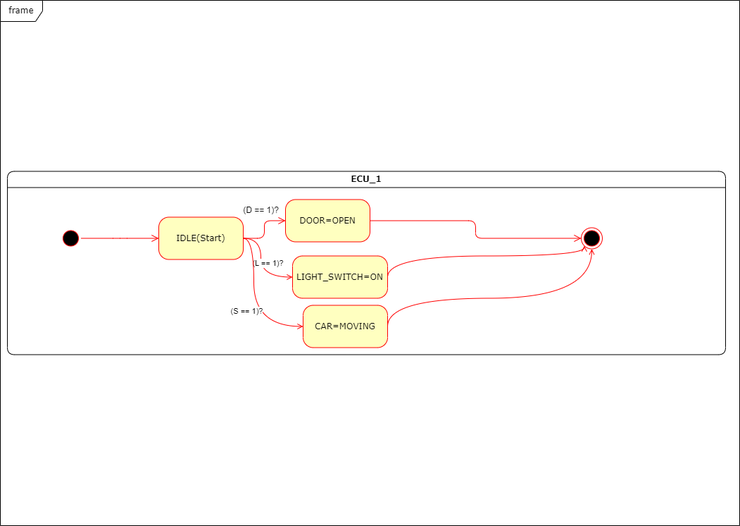
Earlier version of the draw.io export Embedded Systems Design Project/Screen_Shots/State machine (ECU_1).png (MohamedAshrafKhedr/Sprints_ARM_MC02-MA-). Source tidied: cells renumbered, new cells last; positions are measured from the earlier drawing's top-left corner, leaving out a move shared by most shapes.
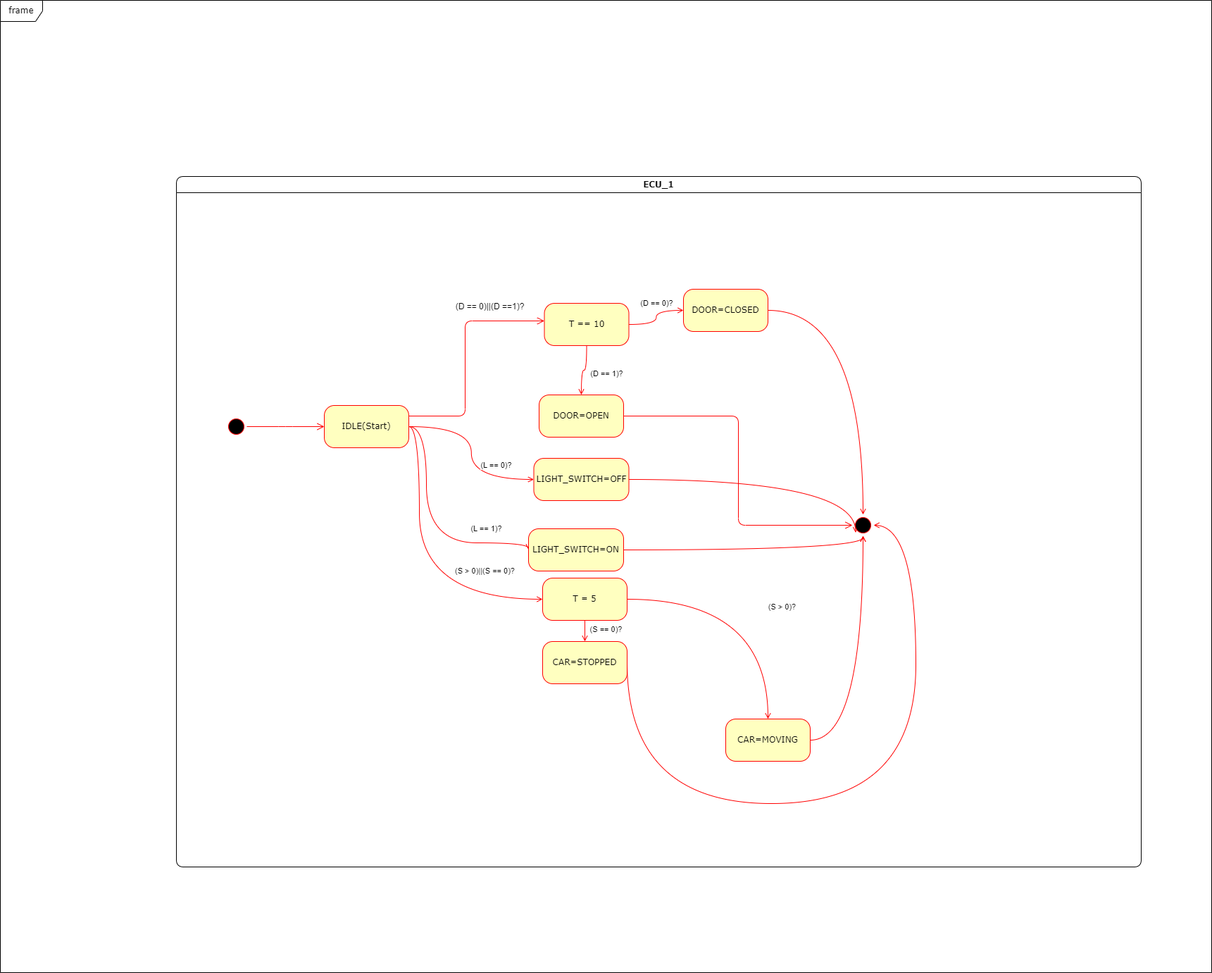
Later version of the same file.

Change to the diagram source:
```diff
@@ -2,78 +2,126 @@
   <root>
     <mxCell id="0" />
     <mxCell id="1" parent="0" />
-    <mxCell id="2" value="frame" style="shape=umlFrame;whiteSpace=wrap;html=1;rounded=1;shadow=0;comic=0;labelBackgroundColor=none;strokeWidth=1;fontFamily=Verdana;fontSize=12;align=center;" parent="1" vertex="1">
-      <mxGeometry width="1050" height="745" as="geometry" />
-    </mxCell>
-    <mxCell id="3" style="edgeStyle=orthogonalEdgeStyle;html=1;exitX=1;exitY=0.25;entryX=0.25;entryY=0;labelBackgroundColor=none;endArrow=open;endSize=8;strokeColor=#ff0000;fontFamily=Verdana;fontSize=12;align=left;" parent="1" edge="1" target="x">
-      <mxGeometry relative="1" as="geometry">
-        <mxPoint x="690" y="125" as="sourcePoint" />
-      </mxGeometry>
-    </mxCell>
     <mxCell id="4" value="ECU_1" style="swimlane;whiteSpace=wrap;html=1;rounded=1;shadow=0;comic=0;labelBackgroundColor=none;strokeWidth=1;fontFamily=Verdana;fontSize=12;align=center;" parent="1" vertex="1">
-      <mxGeometry x="10" y="242.5" width="1020" height="260" as="geometry" />
+      <mxGeometry x="10" y="242.5" width="1370" height="980" as="geometry" />
     </mxCell>
-    <mxCell id="5" style="edgeStyle=elbowEdgeStyle;html=1;labelBackgroundColor=none;endArrow=open;endSize=8;strokeColor=#ff0000;fontFamily=Verdana;fontSize=12;align=left;" parent="4" edge="1" source="8" target="12">
-      <mxGeometry relative="1" as="geometry" />
-    </mxCell>
-    <mxCell id="6" value="(L == 1)?" style="edgeStyle=orthogonalEdgeStyle;rounded=0;jettySize=auto;html=1;exitX=1;exitY=0.5;exitDx=0;exitDy=0;entryX=0;entryY=0.5;entryDx=0;entryDy=0;curved=1;fillColor=#e51400;strokeColor=#FF0000;endArrow=open;endFill=0;" parent="4" edge="1" source="8" target="14">
-      <mxGeometry x="-0.04" y="10" relative="1" as="geometry">
+    <mxCell id="6" value="(L == 1)?" style="edgeStyle=orthogonalEdgeStyle;rounded=0;jettySize=auto;html=1;exitX=1;exitY=0.5;exitDx=0;exitDy=0;entryX=0;entryY=0.5;entryDx=0;entryDy=0;curved=1;fillColor=#e51400;strokeColor=#FF0000;endArrow=open;endFill=0;" parent="4" edge="1" target="14">
+      <mxGeometry x="0.59" y="20" relative="1" as="geometry">
+        <mxPoint x="330" y="355" as="sourcePoint" />
         <Array as="points">
-          <mxPoint x="360" y="95" />
-          <mxPoint x="360" y="150" />
+          <mxPoint x="355" y="355" />
+          <mxPoint x="355" y="520" />
+          <mxPoint x="500" y="520" />
         </Array>
       </mxGeometry>
     </mxCell>
-    <mxCell id="7" value="(S == 1)?" style="edgeStyle=orthogonalEdgeStyle;curved=1;rounded=0;jettySize=auto;html=1;exitX=1;exitY=0.5;exitDx=0;exitDy=0;entryX=0;entryY=0.5;entryDx=0;entryDy=0;strokeColor=#FF0000;endArrow=open;endFill=0;" parent="4" edge="1" source="8" target="17">
-      <mxGeometry x="0.13" y="-10" relative="1" as="geometry">
-        <Array as="points">
-          <mxPoint x="350" y="95" />
-          <mxPoint x="350" y="220" />
-        </Array>
-      </mxGeometry>
-    </mxCell>
+    <mxCell id="19" value="(S &amp;gt; 0)||(S == 0)?" style="edgeStyle=orthogonalEdgeStyle;curved=1;rounded=0;jettySize=auto;html=1;exitX=1;exitY=0.5;exitDx=0;exitDy=0;entryX=0;entryY=0.5;entryDx=0;entryDy=0;strokeColor=#FF0000;endArrow=open;endFill=0;" parent="4" edge="1" target="22">
+      <mxGeometry x="0.62" y="40" relative="1" as="geometry">
+        <mxPoint x="330" y="355" as="sourcePoint" />
+        <Array as="points">
+          <mxPoint x="345" y="355" />
+          <mxPoint x="345" y="600" />
+        </Array>
+      </mxGeometry>
+    </mxCell>
+    <mxCell id="20" style="edgeStyle=elbowEdgeStyle;html=1;labelBackgroundColor=none;endArrow=open;endSize=8;strokeColor=#ff0000;fontFamily=Verdana;fontSize=12;align=left;exitX=1;exitY=0.5;exitDx=0;exitDy=0;" parent="4" edge="1" target="35">
+      <mxGeometry relative="1" as="geometry">
+        <mxPoint x="635" y="340" as="sourcePoint" />
+      </mxGeometry>
+    </mxCell>
+    <mxCell id="21" value="&#10;&lt;span style=&quot;color: rgb(0, 0, 0); font-family: Helvetica; font-size: 11px; font-style: normal; font-variant-ligatures: normal; font-variant-caps: normal; font-weight: 400; letter-spacing: normal; orphans: 2; text-align: center; text-indent: 0px; text-transform: none; widows: 2; word-spacing: 0px; -webkit-text-stroke-width: 0px; background-color: rgb(255, 255, 255); text-decoration-thickness: initial; text-decoration-style: initial; text-decoration-color: initial; float: none; display: inline !important;&quot;&gt;(S == 0)?&lt;/span&gt;&#10;&#10;" style="edgeStyle=orthogonalEdgeStyle;curved=1;rounded=0;jettySize=auto;html=1;strokeColor=#FF0000;endArrow=open;endFill=0;" parent="4" edge="1" source="22" target="28">
+      <mxGeometry x="0.6" y="30" relative="1" as="geometry" />
+    </mxCell>
+    <mxCell id="22" value="T = 5" style="rounded=1;whiteSpace=wrap;html=1;arcSize=24;fillColor=#ffffc0;strokeColor=#ff0000;shadow=0;comic=0;labelBackgroundColor=none;fontFamily=Verdana;fontSize=12;fontColor=#000000;align=center;" parent="4" vertex="1">
+      <mxGeometry x="520" y="570" width="120" height="60" as="geometry" />
+    </mxCell>
+    <mxCell id="23" style="ellipse;html=1;shape=startState;fillColor=#000000;strokeColor=#ff0000;rounded=1;shadow=0;comic=0;labelBackgroundColor=none;fontFamily=Verdana;fontSize=12;fontColor=#000000;align=center;direction=south;" parent="4" vertex="1">
+      <mxGeometry x="70" y="340" width="30" height="30" as="geometry" />
+    </mxCell>
+    <mxCell id="24" style="edgeStyle=elbowEdgeStyle;html=1;labelBackgroundColor=none;endArrow=open;endSize=8;strokeColor=#ff0000;fontFamily=Verdana;fontSize=12;align=left;" parent="4" edge="1" source="23" target="8">
+      <mxGeometry relative="1" as="geometry" />
+    </mxCell>
     <mxCell id="8" value="IDLE(Start)" style="rounded=1;whiteSpace=wrap;html=1;arcSize=24;fillColor=#ffffc0;strokeColor=#ff0000;shadow=0;comic=0;labelBackgroundColor=none;fontFamily=Verdana;fontSize=12;fontColor=#000000;align=center;" parent="4" vertex="1">
-      <mxGeometry x="215" y="65" width="120" height="60" as="geometry" />
+      <mxGeometry x="210" y="325" width="120" height="60" as="geometry" />
     </mxCell>
-    <mxCell id="9" style="ellipse;html=1;shape=endState;fillColor=#000000;strokeColor=#ff0000;rounded=1;shadow=0;comic=0;labelBackgroundColor=none;fontFamily=Verdana;fontSize=12;fontColor=#000000;align=center;" parent="4" vertex="1">
-      <mxGeometry x="815" y="80" width="30" height="30" as="geometry" />
-    </mxCell>
-    <mxCell id="10" style="edgeStyle=elbowEdgeStyle;html=1;labelBackgroundColor=none;endArrow=open;endSize=8;strokeColor=#ff0000;fontFamily=Verdana;fontSize=12;align=left;" parent="4" edge="1" source="11" target="8">
-      <mxGeometry relative="1" as="geometry" />
-    </mxCell>
-    <mxCell id="11" style="ellipse;html=1;shape=startState;fillColor=#000000;strokeColor=#ff0000;rounded=1;shadow=0;comic=0;labelBackgroundColor=none;fontFamily=Verdana;fontSize=12;fontColor=#000000;align=center;direction=south;" parent="4" vertex="1">
-      <mxGeometry x="75" y="80" width="30" height="30" as="geometry" />
-    </mxCell>
     <mxCell id="12" value="DOOR=OPEN" style="rounded=1;whiteSpace=wrap;html=1;arcSize=24;fillColor=#ffffc0;strokeColor=#ff0000;shadow=0;comic=0;labelBackgroundColor=none;fontFamily=Verdana;fontSize=12;fontColor=#000000;align=center;" parent="4" vertex="1">
-      <mxGeometry x="395" y="40" width="120" height="60" as="geometry" />
+      <mxGeometry x="515" y="310" width="120" height="60" as="geometry" />
     </mxCell>
-    <mxCell id="13" style="edgeStyle=elbowEdgeStyle;html=1;labelBackgroundColor=none;endArrow=open;endSize=8;strokeColor=#ff0000;fontFamily=Verdana;fontSize=12;align=left;exitX=1;exitY=0.5;exitDx=0;exitDy=0;" parent="4" edge="1" source="12" target="9">
-      <mxGeometry relative="1" as="geometry" />
-    </mxCell>
     <mxCell id="14" value="LIGHT_SWITCH=ON" style="rounded=1;whiteSpace=wrap;html=1;arcSize=24;fillColor=#ffffc0;strokeColor=#ff0000;shadow=0;comic=0;labelBackgroundColor=none;fontFamily=Verdana;fontSize=12;fontColor=#000000;align=center;" parent="4" vertex="1">
-      <mxGeometry x="405" y="120" width="135" height="60" as="geometry" />
+      <mxGeometry x="500" y="500" width="135" height="60" as="geometry" />
     </mxCell>
-    <mxCell id="15" value="(D == 1)?" style="text;html=1;align=center;verticalAlign=middle;strokeColor=none;fillColor=none;" parent="4" vertex="1">
-      <mxGeometry x="325" y="40" width="70" height="30" as="geometry" />
+    <mxCell id="15" value="(D == 1)?" style="edgeStyle=orthogonalEdgeStyle;curved=1;rounded=0;jettySize=auto;html=1;strokeColor=#FF0000;endArrow=open;endFill=0;" parent="4" edge="1" source="25" target="12">
+      <mxGeometry x="-0.1" y="28" relative="1" as="geometry">
+        <mxPoint x="28" y="-23" as="offset" />
+      </mxGeometry>
     </mxCell>
-    <mxCell id="16" style="edgeStyle=orthogonalEdgeStyle;curved=1;rounded=0;jettySize=auto;html=1;exitX=1;exitY=0.5;exitDx=0;exitDy=0;entryX=0.5;entryY=1;entryDx=0;entryDy=0;strokeColor=#FF0000;endArrow=open;endFill=0;" parent="4" edge="1" source="17" target="9">
-      <mxGeometry relative="1" as="geometry">
-        <Array as="points">
-          <mxPoint x="540" y="180" />
-          <mxPoint x="830" y="180" />
-        </Array>
-      </mxGeometry>
-    </mxCell>
+    <mxCell id="25" value="T == 10" style="rounded=1;whiteSpace=wrap;html=1;arcSize=24;fillColor=#ffffc0;strokeColor=#ff0000;shadow=0;comic=0;labelBackgroundColor=none;fontFamily=Verdana;fontSize=12;fontColor=#000000;align=center;" parent="4" vertex="1">
+      <mxGeometry x="522.5" y="180" width="120" height="60" as="geometry" />
+    </mxCell>
+    <mxCell id="26" style="edgeStyle=elbowEdgeStyle;html=1;labelBackgroundColor=none;endArrow=open;endSize=8;strokeColor=#ff0000;fontFamily=Verdana;fontSize=12;align=left;entryX=0;entryY=0.5;entryDx=0;entryDy=0;exitX=1;exitY=0.5;exitDx=0;exitDy=0;" parent="4" edge="1">
+      <mxGeometry relative="1" as="geometry">
+        <mxPoint x="330" y="340" as="sourcePoint" />
+        <mxPoint x="522.5" y="205" as="targetPoint" />
+        <Array as="points">
+          <mxPoint x="410" y="245" />
+          <mxPoint x="397.5" y="185" />
+        </Array>
+      </mxGeometry>
+    </mxCell>
+    <mxCell id="27" value="(D == 0)||(D ==1)?" style="text;html=1;align=center;verticalAlign=middle;strokeColor=none;fillColor=none;" parent="4" vertex="1">
+      <mxGeometry x="385" y="170" width="120" height="30" as="geometry" />
+    </mxCell>
+    <mxCell id="28" value="CAR=STOPPED" style="rounded=1;whiteSpace=wrap;html=1;arcSize=24;fillColor=#ffffc0;strokeColor=#ff0000;shadow=0;comic=0;labelBackgroundColor=none;fontFamily=Verdana;fontSize=12;fontColor=#000000;align=center;" parent="4" vertex="1">
+      <mxGeometry x="520" y="660" width="120" height="60" as="geometry" />
+    </mxCell>
+    <mxCell id="29" value="DOOR=CLOSED" style="rounded=1;whiteSpace=wrap;html=1;arcSize=24;fillColor=#ffffc0;strokeColor=#ff0000;shadow=0;comic=0;labelBackgroundColor=none;fontFamily=Verdana;fontSize=12;fontColor=#000000;align=center;" parent="4" vertex="1">
+      <mxGeometry x="720" y="160" width="120" height="60" as="geometry" />
+    </mxCell>
+    <mxCell id="30" value="&lt;span style=&quot;color: rgb(0, 0, 0); font-family: Helvetica; font-size: 11px; font-style: normal; font-variant-ligatures: normal; font-variant-caps: normal; font-weight: 400; letter-spacing: normal; orphans: 2; text-align: center; text-indent: 0px; text-transform: none; widows: 2; word-spacing: 0px; -webkit-text-stroke-width: 0px; background-color: rgb(255, 255, 255); text-decoration-thickness: initial; text-decoration-style: initial; text-decoration-color: initial; float: none; display: inline !important;&quot;&gt;(D == 0)?&lt;/span&gt;" style="edgeStyle=orthogonalEdgeStyle;curved=1;rounded=0;jettySize=auto;html=1;exitX=1;exitY=0.5;exitDx=0;exitDy=0;entryX=0;entryY=0.5;entryDx=0;entryDy=0;strokeColor=#FF0000;endArrow=open;endFill=0;" parent="4" edge="1" source="25" target="29">
+      <mxGeometry x="0.21" y="10" relative="1" as="geometry" />
+    </mxCell>
+    <mxCell id="2" value="frame" style="shape=umlFrame;whiteSpace=wrap;html=1;rounded=1;shadow=0;comic=0;labelBackgroundColor=none;strokeWidth=1;fontFamily=Verdana;fontSize=12;align=center;" parent="4" vertex="1">
+      <mxGeometry x="-250" y="-250" width="1720" height="1380" as="geometry" />
+    </mxCell>
+    <mxCell id="31" value="LIGHT_SWITCH=OFF" style="rounded=1;whiteSpace=wrap;html=1;arcSize=24;fillColor=#ffffc0;strokeColor=#ff0000;shadow=0;comic=0;labelBackgroundColor=none;fontFamily=Verdana;fontSize=12;fontColor=#000000;align=center;" parent="4" vertex="1">
+      <mxGeometry x="507.5" y="400" width="135" height="60" as="geometry" />
+    </mxCell>
+    <mxCell id="32" style="edgeStyle=orthogonalEdgeStyle;rounded=0;jettySize=auto;html=1;exitX=1;exitY=0.5;exitDx=0;exitDy=0;entryX=0;entryY=0.5;entryDx=0;entryDy=0;endArrow=open;endFill=0;curved=1;fillColor=#f8cecc;strokeColor=#FF0000;" parent="4" edge="1" source="8" target="31">
+      <mxGeometry relative="1" as="geometry" />
+    </mxCell>
+    <mxCell id="33" value="(L == 0)?" style="edgeLabel;html=1;align=center;verticalAlign=middle;" parent="32" vertex="1">
+      <mxGeometry x="0.18" y="9" relative="1" as="geometry">
+        <mxPoint x="26" y="-7" as="offset" />
+      </mxGeometry>
+    </mxCell>
+    <mxCell id="34" style="edgeStyle=orthogonalEdgeStyle;curved=1;rounded=0;jettySize=auto;html=1;exitX=1;exitY=0.5;exitDx=0;exitDy=0;entryX=1;entryY=1;entryDx=0;entryDy=0;strokeColor=#FF0000;endArrow=open;endFill=0;" parent="1" edge="1" source="31" target="35">
+      <mxGeometry relative="1" as="geometry" />
+    </mxCell>
+    <mxCell id="35" style="ellipse;html=1;shape=startState;fillColor=#000000;strokeColor=#ff0000;rounded=1;shadow=0;comic=0;labelBackgroundColor=none;fontFamily=Verdana;fontSize=12;fontColor=#000000;align=center;direction=south;" parent="1" vertex="1">
+      <mxGeometry x="970" y="722.5" width="30" height="30" as="geometry" />
+    </mxCell>
+    <mxCell id="36" style="edgeStyle=orthogonalEdgeStyle;curved=1;rounded=0;jettySize=auto;html=1;exitX=1;exitY=0.5;exitDx=0;exitDy=0;strokeColor=#FF0000;endArrow=open;endFill=0;entryX=1;entryY=0.5;entryDx=0;entryDy=0;" parent="1" edge="1" source="14" target="35">
+      <mxGeometry relative="1" as="geometry" />
+    </mxCell>
+    <mxCell id="37" style="edgeStyle=orthogonalEdgeStyle;curved=1;rounded=0;jettySize=auto;html=1;entryX=1;entryY=0.5;entryDx=0;entryDy=0;strokeColor=#FF0000;endArrow=open;endFill=0;exitX=1;exitY=0.5;exitDx=0;exitDy=0;" parent="1" edge="1" source="17" target="35">
+      <mxGeometry relative="1" as="geometry" />
+    </mxCell>
+    <mxCell id="38" style="edgeStyle=orthogonalEdgeStyle;curved=1;rounded=0;jettySize=auto;html=1;exitX=1;exitY=0.5;exitDx=0;exitDy=0;strokeColor=#FF0000;endArrow=open;endFill=0;" parent="1" edge="1" source="28" target="35">
+      <mxGeometry relative="1" as="geometry">
+        <Array as="points">
+          <mxPoint x="1060" y="1132.5" />
+          <mxPoint x="1060" y="737.5" />
+        </Array>
+      </mxGeometry>
+    </mxCell>
-    <mxCell id="17" value="CAR=MOVING" style="rounded=1;whiteSpace=wrap;html=1;arcSize=24;fillColor=#ffffc0;strokeColor=#ff0000;shadow=0;comic=0;labelBackgroundColor=none;fontFamily=Verdana;fontSize=12;fontColor=#000000;align=center;" parent="4" vertex="1">
-      <mxGeometry x="420" y="190" width="120" height="60" as="geometry" />
+    <mxCell id="17" value="CAR=MOVING" style="rounded=1;whiteSpace=wrap;html=1;arcSize=24;fillColor=#ffffc0;strokeColor=#ff0000;shadow=0;comic=0;labelBackgroundColor=none;fontFamily=Verdana;fontSize=12;fontColor=#000000;align=center;" parent="1" vertex="1">
+      <mxGeometry x="790" y="1012.5" width="120" height="60" as="geometry" />
     </mxCell>
-    <mxCell id="18" style="edgeStyle=orthogonalEdgeStyle;curved=1;rounded=0;jettySize=auto;html=1;exitX=1;exitY=0.5;exitDx=0;exitDy=0;strokeColor=#FF0000;endArrow=open;endFill=0;entryX=0;entryY=1;entryDx=0;entryDy=0;" parent="4" edge="1" source="14" target="9">
-      <mxGeometry relative="1" as="geometry">
-        <Array as="points">
-          <mxPoint x="540" y="120" />
-          <mxPoint x="819" y="120" />
-        </Array>
-      </mxGeometry>
-    </mxCell>
+    <mxCell id="39" value="&lt;span style=&quot;color: rgb(0, 0, 0); font-family: Helvetica; font-size: 11px; font-style: normal; font-variant-ligatures: normal; font-variant-caps: normal; font-weight: 400; letter-spacing: normal; orphans: 2; text-align: center; text-indent: 0px; text-transform: none; widows: 2; word-spacing: 0px; -webkit-text-stroke-width: 0px; background-color: rgb(255, 255, 255); text-decoration-thickness: initial; text-decoration-style: initial; text-decoration-color: initial; float: none; display: inline !important;&quot;&gt;(S &amp;gt; 0)?&lt;/span&gt;" style="edgeStyle=orthogonalEdgeStyle;curved=1;rounded=0;jettySize=auto;html=1;strokeColor=#FF0000;endArrow=open;endFill=0;" parent="1" edge="1" source="22" target="17">
+      <mxGeometry x="0.14" y="20" relative="1" as="geometry" />
+    </mxCell>
+    <mxCell id="40" style="edgeStyle=orthogonalEdgeStyle;curved=1;rounded=0;jettySize=auto;html=1;exitX=1;exitY=0.5;exitDx=0;exitDy=0;strokeColor=#FF0000;endArrow=open;endFill=0;" parent="1" edge="1" source="29" target="35">
+      <mxGeometry relative="1" as="geometry" />
+    </mxCell>
   </root>
 </mxGraphModel>
```
